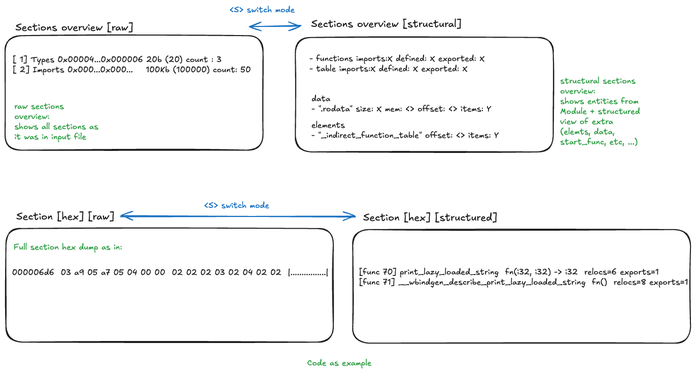
This is crates/wamex-inspect/tui-screens.excalidraw.png from vldm/wamex, a Excalidraw export, as it was before one commit. Source tidied: one line per element, renumbered; positions are measured from the earlier drawing's top-left corner, leaving out a move shared by most shapes.
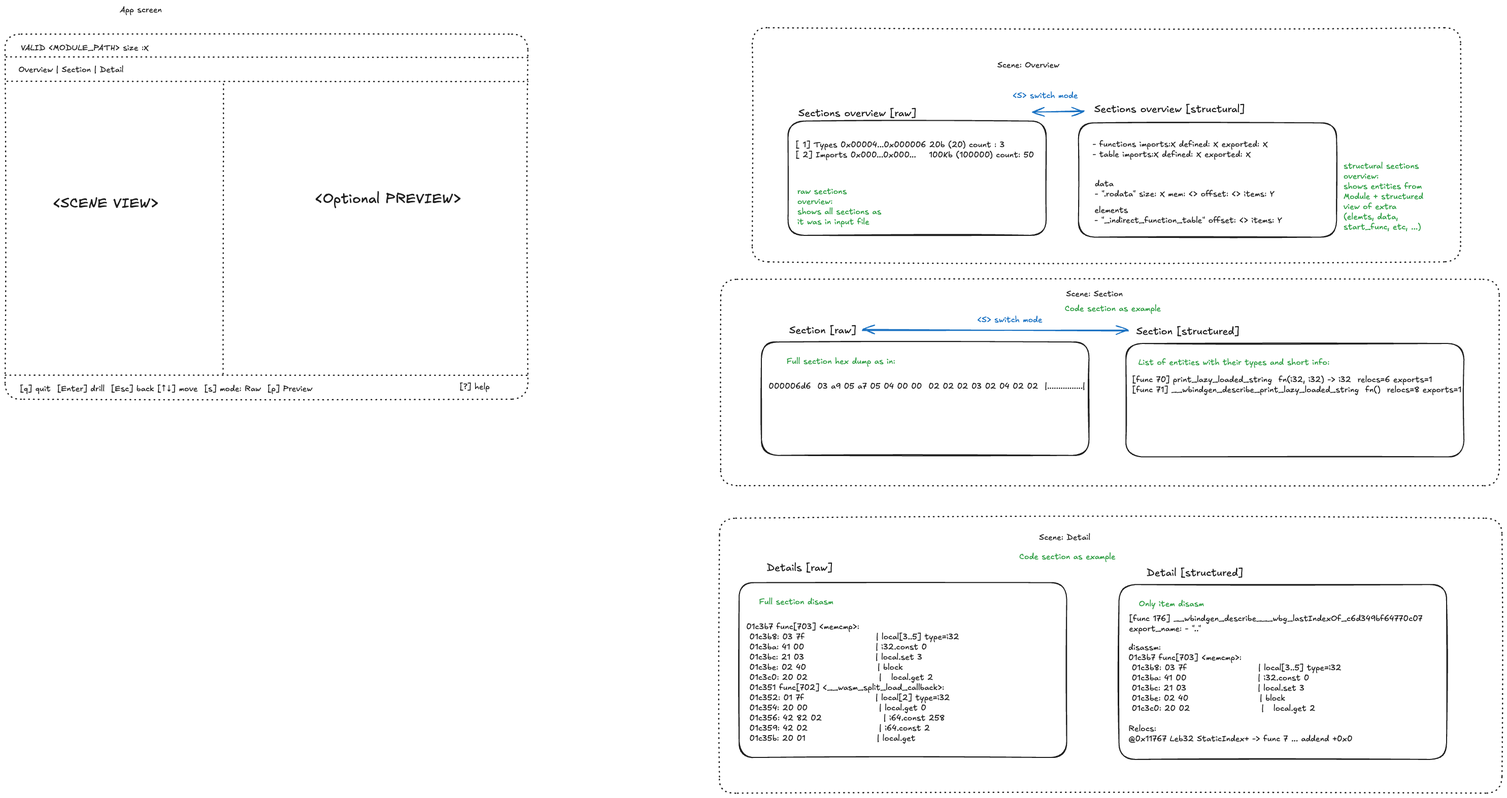
The same diagram one commit later.

Diff of the diagram source:
```diff
@@ -10,13 +10,42 @@
 {"id": 9, "type": "text", "text": "data \n- \".rodata\" size: X mem: <> offset: <> items: Y", "strokeColor": "#1e1e1e", "strokeWidth": 2, "roughness": 1, "fontSize": 16, "fontFamily": 5, "x": 604, "y": 175, "width": 354, "height": 40}
 {"id": 10, "type": "text", "text": "elements \n- \"_indirect_function_table\" offset: <> items: Y", "strokeColor": "#1e1e1e", "strokeWidth": 2, "roughness": 1, "fontSize": 16, "fontFamily": 5, "x": 604, "y": 227, "width": 369, "height": 40}
 {"id": 11, "type": "text", "text": "structural sections\noverview:\nshows entities from\nModule + structured\nview of extra\n(elemts, data,\nstart_func, etc, ...)", "strokeColor": "#2f9e44", "strokeWidth": 2, "roughness": 1, "fontSize": 16, "fontFamily": 5, "x": 1094, "y": 140, "width": 168, "height": 140}
-{"id": 12, "type": "rectangle", "strokeColor": "#1e1e1e", "strokeWidth": 2, "roughness": 1, "round": true, "x": 2, "y": 440, "width": 645, "height": 224}
+{"id": 12, "type": "rectangle", "strokeColor": "#1e1e1e", "strokeWidth": 2, "roughness": 1, "round": true, "x": -52, "y": 496, "width": 645, "height": 224}
-{"id": 13, "type": "text", "text": "Section [hex] [raw]", "strokeColor": "#1e1e1e", "strokeWidth": 2, "roughness": 1, "fontSize": 20, "fontFamily": 5, "x": 22, "y": 404, "width": 193, "height": 25}
+{"id": 13, "type": "text", "text": "Section [raw]", "strokeColor": "#1e1e1e", "strokeWidth": 2, "roughness": 1, "fontSize": 20, "fontFamily": 5, "x": 2, "y": 461, "width": 132, "height": 25}
-{"id": 14, "type": "text", "text": "000006d6  03 a9 05 a7 05 04 00 00  02 02 02 03 02 04 02 02  |................|", "strokeColor": "#1e1e1e", "strokeWidth": 2, "roughness": 1, "fontSize": 16, "fontFamily": 5, "x": 14, "y": 516, "width": 624, "height": 20}
+{"id": 14, "type": "text", "text": "000006d6  03 a9 05 a7 05 04 00 00  02 02 02 03 02 04 02 02  |................|", "strokeColor": "#1e1e1e", "strokeWidth": 2, "roughness": 1, "fontSize": 16, "fontFamily": 5, "x": -38, "y": 573, "width": 624, "height": 20}
-{"id": 15, "type": "text", "text": "Full section hex dump as in:", "strokeColor": "#2f9e44", "strokeWidth": 2, "roughness": 1, "fontSize": 16, "fontFamily": 5, "x": 17, "y": 467, "width": 214, "height": 20}
+{"id": 15, "type": "text", "text": "Full section hex dump as in:", "strokeColor": "#2f9e44", "strokeWidth": 2, "roughness": 1, "fontSize": 16, "fontFamily": 5, "x": -3, "y": 524, "width": 214, "height": 20}
-{"id": 16, "type": "rectangle", "strokeColor": "#1e1e1e", "strokeWidth": 2, "roughness": 1, "round": true, "x": 685, "y": 442, "width": 666, "height": 224}
+{"id": 16, "type": "rectangle", "strokeColor": "#1e1e1e", "strokeWidth": 2, "roughness": 1, "round": true, "x": 666, "y": 499, "width": 666, "height": 224}
-{"id": 17, "type": "text", "text": "Section [hex] [structured]", "strokeColor": "#1e1e1e", "strokeWidth": 2, "roughness": 1, "fontSize": 20, "fontFamily": 5, "x": 706, "y": 406, "width": 264, "height": 25}
+{"id": 17, "type": "text", "text": "Section [structured]", "strokeColor": "#1e1e1e", "strokeWidth": 2, "roughness": 1, "fontSize": 20, "fontFamily": 5, "x": 686, "y": 463, "width": 203, "height": 25}
-{"id": 18, "type": "text", "text": "[func 70] print_lazy_loaded_string  fn(i32, i32) -> i32  relocs=6 exports=1\n[func 71] __wbindgen_describe_print_lazy_loaded_string  fn()  relocs=8 exports=1 ", "strokeColor": "#1e1e1e", "strokeWidth": 2, "roughness": 1, "fontSize": 16, "fontFamily": 5, "x": 698, "y": 516, "width": 655, "height": 40}
+{"id": 18, "type": "text", "text": "[func 70] print_lazy_loaded_string  fn(i32, i32) -> i32  relocs=6 exports=1\n[func 71] __wbindgen_describe_print_lazy_loaded_string  fn()  relocs=8 exports=1 ", "strokeColor": "#1e1e1e", "strokeWidth": 2, "roughness": 1, "fontSize": 16, "fontFamily": 5, "x": 678, "y": 561, "width": 655, "height": 40}
-{"id": 19, "type": "text", "text": "Code as example", "strokeColor": "#2f9e44", "strokeWidth": 2, "roughness": 1, "fontSize": 16, "fontFamily": 5, "x": 595, "y": 694, "width": 137, "height": 20}
+{"id": 19, "type": "text", "text": "Code section as example", "strokeColor": "#2f9e44", "strokeWidth": 2, "roughness": 1, "fontSize": 16, "fontFamily": 5, "x": 545, "y": 420, "width": 195, "height": 20}
-{"id": 20, "type": "arrow", "strokeColor": "#1971c2", "strokeWidth": 2, "roughness": 1, "startArrowhead": "arrow", "endArrowhead": "arrow", "round": true, "from": 13, "to": 17, "x": 227, "y": 415, "width": 463, "height": 1, "points": [[0, 0], [463, 1]]}
+{"id": 20, "type": "arrow", "strokeColor": "#1971c2", "strokeWidth": 2, "roughness": 1, "startArrowhead": "arrow", "endArrowhead": "arrow", "round": true, "from": 13, "to": 17, "x": 146, "y": 472, "width": 524, "height": 1, "points": [[0, 0], [524, 1]]}
-{"id": 21, "type": "text", "text": "<S> switch mode", "strokeColor": "#1971c2", "strokeWidth": 2, "roughness": 1, "fontSize": 16, "fontFamily": 5, "x": 392, "y": 385, "width": 156, "height": 20}
+{"id": 21, "type": "text", "text": "<S> switch mode", "strokeColor": "#1971c2", "strokeWidth": 2, "roughness": 1, "fontSize": 16, "fontFamily": 5, "x": 373, "y": 442, "width": 156, "height": 20}
+{"id": 22, "type": "rectangle", "strokeColor": "#1e1e1e", "strokeWidth": 2, "roughness": 1, "round": true, "x": -96, "y": 970, "width": 645, "height": 345}
+{"id": 23, "type": "text", "text": "Details [raw] ", "strokeColor": "#1e1e1e", "strokeWidth": 2, "roughness": 1, "fontSize": 20, "fontFamily": 5, "x": -42, "y": 929, "width": 137, "height": 25}
+{"id": 24, "type": "text", "text": "01c3b7 func[703] <memcmp>:\n 01c3b8: 03 7f                      | local[3..5] type=i32\n 01c3ba: 41 00                      | i32.const 0\n 01c3bc: 21 03                      | local.set 3\n 01c3be: 02 40                      | block\n 01c3c0: 20 02                      |   local.get 2\n 01c351 func[702] <__wasm_split_load_callback>:\n 01c352: 01 7f                      | local[2] type=i32\n 01c354: 20 00                      | local.get 0\n 01c356: 42 82 02                   | i64.const 258\n 01c359: 42 02                      | i64.const 2\n 01c35b: 20 01                      | local.get", "strokeColor": "#1e1e1e", "strokeWidth": 2, "roughness": 1, "fontSize": 16, "fontFamily": 5, "x": -82, "y": 1048, "width": 419, "height": 240}
+{"id": 25, "type": "text", "text": "Full section disasm", "strokeColor": "#2f9e44", "strokeWidth": 2, "roughness": 1, "fontSize": 16, "fontFamily": 5, "x": -57, "y": 999, "width": 146, "height": 20}
+{"id": 26, "type": "rectangle", "strokeColor": "#1e1e1e", "strokeWidth": 2, "roughness": 1, "round": true, "x": 652, "y": 974, "width": 645, "height": 345}
+{"id": 27, "type": "text", "text": "Detail [structured] ", "strokeColor": "#1e1e1e", "strokeWidth": 2, "roughness": 1, "fontSize": 20, "fontFamily": 5, "x": 707, "y": 939, "width": 198, "height": 25}
+{"id": 28, "type": "text", "text": "disassm:\n01c3b7 func[703] <memcmp>:\n 01c3b8: 03 7f                      | local[3..5] type=i32\n 01c3ba: 41 00                      | i32.const 0\n 01c3bc: 21 03                      | local.set 3\n 01c3be: 02 40                      | block\n 01c3c0: 20 02                      |   local.get 2\n\nRelocs:\n@0x11767 Leb32 StaticIndex+ -> func 7 ... addend +0x0 \n\n ", "strokeColor": "#1e1e1e", "strokeWidth": 2, "roughness": 1, "fontSize": 16, "fontFamily": 5, "x": 671, "y": 1089, "width": 448, "height": 240}
+{"id": 29, "type": "text", "text": "Only item disasm", "strokeColor": "#2f9e44", "strokeWidth": 2, "roughness": 1, "fontSize": 16, "fontFamily": 5, "x": 691, "y": 1002, "width": 128, "height": 20}
+{"id": 30, "type": "text", "text": "Scene: Overview ", "strokeColor": "#1e1e1e", "strokeWidth": 2, "roughness": 1, "fontSize": 16, "fontFamily": 5, "x": 412, "y": -60, "width": 128, "height": 20}
+{"id": 31, "type": "rectangle", "strokeColor": "#1e1e1e", "strokeWidth": 2, "strokeStyle": "dotted", "roughness": 1, "round": true, "x": -71, "y": -124, "width": 1396, "height": 462}
+{"id": 32, "type": "rectangle", "strokeColor": "#1e1e1e", "strokeWidth": 2, "strokeStyle": "dotted", "roughness": 1, "round": true, "x": -133, "y": 372, "width": 1534, "height": 407}
+{"id": 33, "type": "text", "text": "Scene: Section ", "strokeColor": "#1e1e1e", "strokeWidth": 2, "roughness": 1, "fontSize": 16, "fontFamily": 5, "x": 548, "y": 392, "width": 118, "height": 20}
+{"id": 34, "type": "text", "text": "Scene: Detail", "strokeColor": "#1e1e1e", "strokeWidth": 2, "strokeStyle": "dotted", "roughness": 1, "fontSize": 16, "fontFamily": 5, "x": 495, "y": 872, "width": 315, "height": 20}
+{"id": 35, "type": "text", "text": "Code section as example", "strokeColor": "#2f9e44", "strokeWidth": 2, "roughness": 1, "fontSize": 16, "fontFamily": 5, "x": 455, "y": 910, "width": 195, "height": 20}
+{"id": 36, "type": "rectangle", "strokeColor": "#1e1e1e", "strokeWidth": 2, "strokeStyle": "dotted", "roughness": 1, "round": true, "x": -135, "y": 843, "width": 1542, "height": 542}
+{"id": 37, "type": "text", "text": "List of entities with their types and short info:", "strokeColor": "#2f9e44", "strokeWidth": 2, "roughness": 1, "fontSize": 16, "fontFamily": 5, "x": 690, "y": 527, "width": 376, "height": 20}
+{"id": 38, "type": "text", "text": "[func 176] __wbindgen_describe___wbg_lastIndexOf_c6d349bf64770c07\nexport_name: - \"..\"\n", "strokeColor": "#1e1e1e", "strokeWidth": 2, "strokeStyle": "dotted", "roughness": 1, "fontSize": 16, "fontFamily": 5, "x": 672, "y": 1032, "width": 578, "height": 60}
+{"id": 39, "type": "rectangle", "strokeColor": "#1e1e1e", "strokeWidth": 2, "strokeStyle": "dotted", "roughness": 1, "round": true, "x": -1543, "y": -111, "width": 1030, "height": 720}
+{"id": 40, "type": "line", "strokeColor": "#1e1e1e", "strokeWidth": 2, "strokeStyle": "dotted", "roughness": 1, "round": true, "x": -1540, "y": -66, "width": 1034, "height": 0, "points": [[0, 0], [1034, 0]]}
+{"id": 41, "type": "text", "text": "VALID <MODULE_PATH> size :X ", "strokeColor": "#1e1e1e", "strokeWidth": 2, "strokeStyle": "dotted", "roughness": 1, "fontSize": 16, "fontFamily": 5, "x": -1511, "y": -94, "width": 258, "height": 20}
+{"id": 42, "type": "text", "text": "App screen", "strokeColor": "#1e1e1e", "strokeWidth": 2, "strokeStyle": "dotted", "roughness": 1, "fontSize": 16, "fontFamily": 5, "x": -1317, "y": -168, "width": 311, "height": 20}
+{"id": 43, "type": "line", "strokeColor": "#1e1e1e", "strokeWidth": 2, "strokeStyle": "dotted", "roughness": 1, "round": true, "x": -1539, "y": -19, "width": 1027, "height": 0, "points": [[0, 0], [1027, 0]]}
+{"id": 44, "type": "text", "text": "Overview | Section | Detail ", "strokeColor": "#1e1e1e", "strokeWidth": 2, "strokeStyle": "dotted", "roughness": 1, "fontSize": 16, "fontFamily": 5, "x": -1516, "y": -51, "width": 213, "height": 20}
+{"id": 45, "type": "text", "text": "<SCENE VIEW>", "strokeColor": "#1e1e1e", "strokeWidth": 2, "strokeStyle": "dotted", "roughness": 1, "fontSize": 28, "fontFamily": 5, "x": -1448, "y": 206, "width": 208, "height": 35}
+{"id": 46, "type": "line", "strokeColor": "#1e1e1e", "strokeWidth": 2, "strokeStyle": "dotted", "roughness": 1, "round": true, "x": -1112, "y": -13, "width": 0, "height": 572, "points": [[0, 0], [0, 572]]}
+{"id": 47, "type": "line", "strokeColor": "#1e1e1e", "strokeWidth": 2, "strokeStyle": "dotted", "roughness": 1, "round": true, "x": -1542, "y": 562, "width": 1034, "height": 0, "points": [[0, 0], [1034, 0]]}
+{"id": 48, "type": "text", "text": "<Optional PREVIEW>", "strokeColor": "#1e1e1e", "strokeWidth": 2, "strokeStyle": "dotted", "roughness": 1, "fontSize": 28, "fontFamily": 5, "x": -932, "y": 197, "width": 288, "height": 35}
+{"id": 49, "type": "text", "text": "[q] quit  [Enter] drill  [Esc] back [↑↓] move  [s] mode: Raw  [p] Preview", "strokeColor": "#1e1e1e", "strokeWidth": 2, "strokeStyle": "dotted", "roughness": 1, "fontSize": 16, "fontFamily": 5, "x": -1513, "y": 578, "width": 576, "height": 20}
+{"id": 50, "type": "text", "text": "[?] help", "strokeColor": "#1e1e1e", "strokeWidth": 2, "strokeStyle": "dotted", "roughness": 1, "fontSize": 16, "fontFamily": 5, "x": -647, "y": 574, "width": 59, "height": 20}
```
